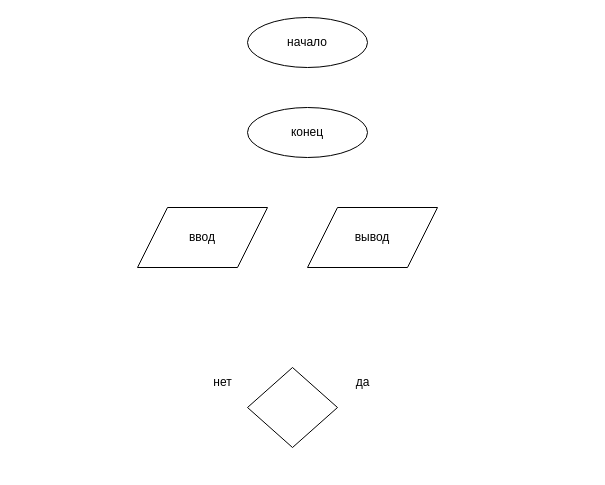
SergeyV39/algo keeps this draw.io diagram as page "1-1" (1 of 4) of Untitled Diagram.drawio. Above is the earlier version. Source tidied: cells renumbered, new cells numbered last; positions are measured from the earlier drawing's top-left corner, leaving out a move shared by most shapes. Both pictures are drawn from the tidied source at 100%, with x=0, y=0 at pixel (137, 17).
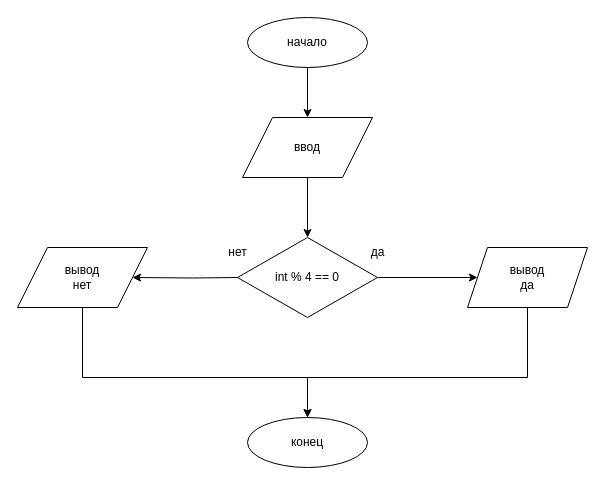
The same page after the edit.

Unchanged cells that the change refers to:
```xml
<mxCell id="2" value="начало" style="ellipse;whiteSpace=wrap;html=1;" parent="1" vertex="1">
  <mxGeometry x="110" width="120" height="50" as="geometry" />
</mxCell>
```

Diff of the diagram source:
```diff
@@
+    <mxCell id="10" style="edgeStyle=orthogonalEdgeStyle;rounded=0;jettySize=auto;html=1;" parent="1" edge="1" source="2" target="4">
+      <mxGeometry relative="1" as="geometry" />
+    </mxCell>
@@
     <mxCell id="3" value="конец" style="ellipse;whiteSpace=wrap;html=1;" parent="1" vertex="1">
-      <mxGeometry x="110" y="90" width="120" height="50" as="geometry" />
+      <mxGeometry x="110" y="400" width="120" height="50" as="geometry" />
     </mxCell>
+    <mxCell id="11" style="edgeStyle=orthogonalEdgeStyle;rounded=0;jettySize=auto;html=1;" parent="1" edge="1" source="4" target="7">
+      <mxGeometry relative="1" as="geometry" />
+    </mxCell>
     <mxCell id="4" value="ввод" style="shape=parallelogram;perimeter=parallelogramPerimeter;whiteSpace=wrap;html=1;fixedSize=1;size=30;" parent="1" vertex="1">
-      <mxGeometry y="190" width="130" height="60" as="geometry" />
+      <mxGeometry x="105" y="100" width="130" height="60" as="geometry" />
     </mxCell>
+    <mxCell id="12" style="edgeStyle=orthogonalEdgeStyle;rounded=0;jettySize=auto;html=1;entryX=0.5;entryY=0;entryDx=0;entryDy=0;" parent="1" edge="1" source="5" target="3">
+      <mxGeometry relative="1" as="geometry">
+        <Array as="points">
+          <mxPoint x="-55" y="360" />
+          <mxPoint x="170" y="360" />
+        </Array>
+      </mxGeometry>
+    </mxCell>
-    <mxCell id="5" value="вывод" style="shape=parallelogram;perimeter=parallelogramPerimeter;whiteSpace=wrap;html=1;fixedSize=1;size=30;" parent="1" vertex="1">
-      <mxGeometry x="170" y="190" width="130" height="60" as="geometry" />
+    <mxCell id="5" value="вывод&lt;br&gt;нет" style="shape=parallelogram;perimeter=parallelogramPerimeter;whiteSpace=wrap;html=1;fixedSize=1;size=30;" parent="1" vertex="1">
+      <mxGeometry x="-120" y="230" width="130" height="60" as="geometry" />
     </mxCell>
     <mxCell id="6" style="group;" parent="1" vertex="1">
-      <mxGeometry x="65" y="350" width="180" height="80" as="geometry" />
+      <mxGeometry x="80" y="220" width="180" height="80" as="geometry" />
     </mxCell>
-    <mxCell id="7" style="rhombus;whiteSpace=wrap;html=1;" parent="6" vertex="1">
-      <mxGeometry x="45" width="90" height="80" as="geometry" />
+    <mxCell id="7" value="int % 4 == 0" style="rhombus;whiteSpace=wrap;html=1;" parent="6" vertex="1">
+      <mxGeometry x="20" width="140" height="80" as="geometry" />
     </mxCell>
@@
+    <mxCell id="13" style="edgeStyle=orthogonalEdgeStyle;rounded=0;jettySize=auto;html=1;" parent="1" edge="1" source="14">
+      <mxGeometry relative="1" as="geometry">
+        <mxPoint x="170" y="400" as="targetPoint" />
+        <Array as="points">
+          <mxPoint x="390" y="360" />
+          <mxPoint x="170" y="360" />
+        </Array>
+      </mxGeometry>
+    </mxCell>
+    <mxCell id="14" value="вывод&lt;br&gt;да" style="shape=parallelogram;perimeter=parallelogramPerimeter;whiteSpace=wrap;html=1;fixedSize=1;" parent="1" vertex="1">
+      <mxGeometry x="330" y="230" width="120" height="60" as="geometry" />
+    </mxCell>
+    <mxCell id="15" style="edgeStyle=orthogonalEdgeStyle;rounded=0;jettySize=auto;html=1;" parent="1" edge="1" source="7" target="14">
+      <mxGeometry relative="1" as="geometry" />
+    </mxCell>
+    <mxCell id="16" style="edgeStyle=orthogonalEdgeStyle;rounded=0;jettySize=auto;html=1;" parent="1" edge="1" target="5">
+      <mxGeometry relative="1" as="geometry">
+        <mxPoint x="100" y="260" as="sourcePoint" />
+      </mxGeometry>
+    </mxCell>
```
